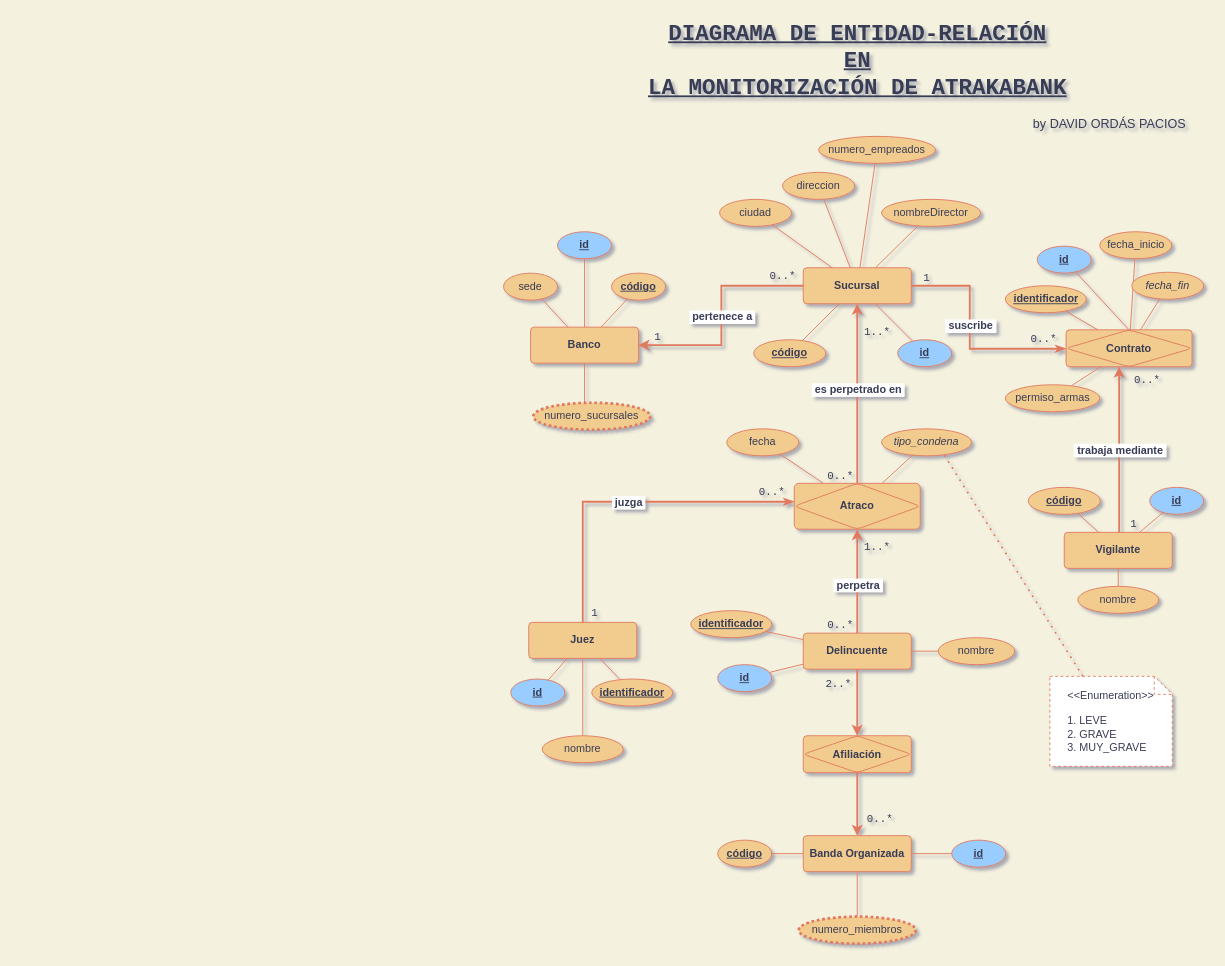
This is page "Diagrama ERD" (1 of 3) of diagrams/atrakabank.drawio from davorpa/atrakabank-jpa-hibernate-console, a draw.io file, before an edit. Source tidied: cells renumbered, new cells numbered last; positions are measured from the earlier drawing's top-left corner, leaving out a move shared by most shapes. Both pictures are drawn from the tidied source at 90%, with x=0, y=0 at pixel (503, 15).
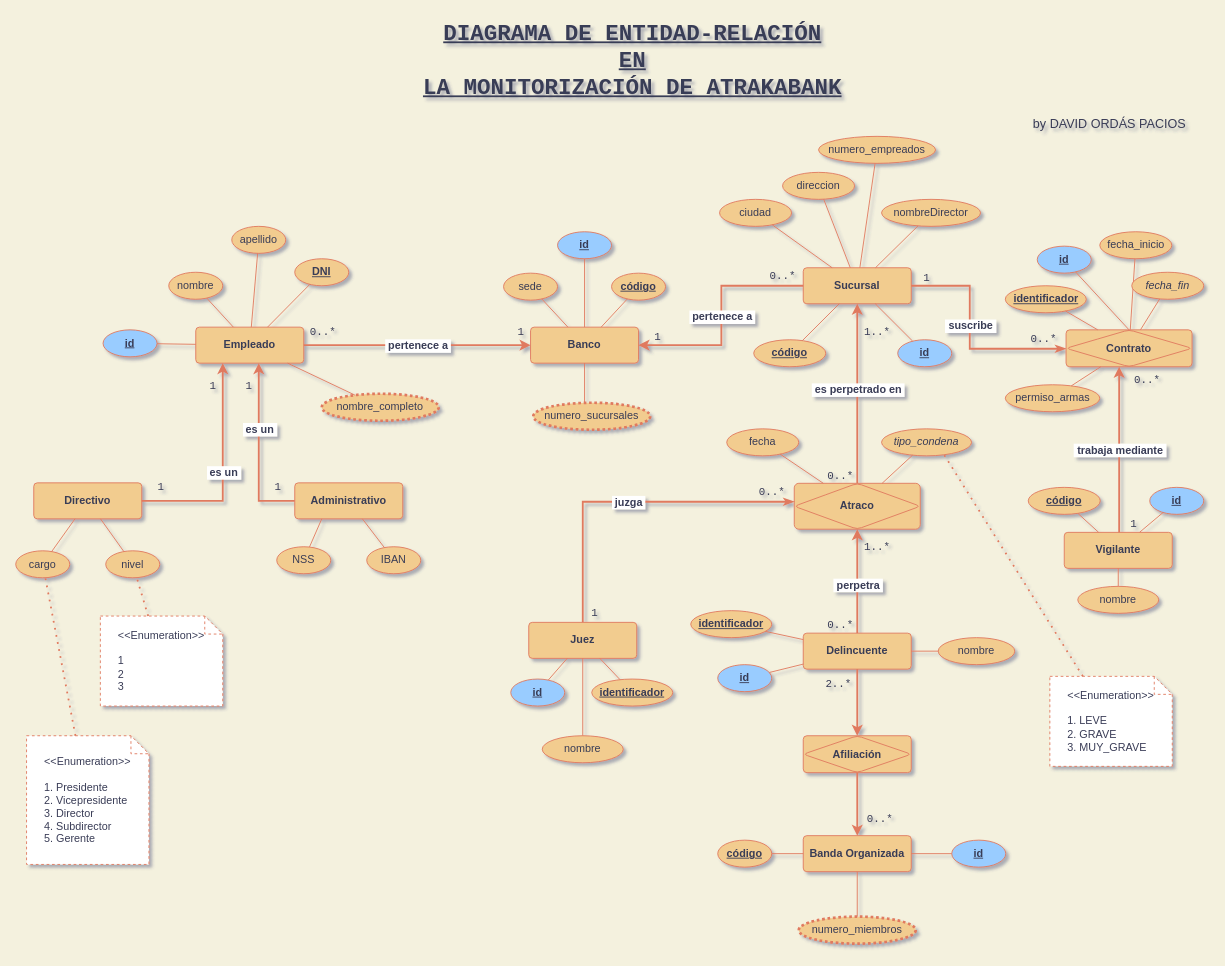
Above is the later version.

Commit message (it also covers changes not shown here):
Add diagrama ERD ejercicio 4: Herencia entidades

Unchanged cells that the change refers to:
```xml
<mxCell id="2" value="Banco" style="rounded=1;arcSize=10;whiteSpace=wrap;html=1;align=center;fontStyle=1;fillColor=#F2CC8F;strokeColor=#E07A5F;fontColor=#393C56;" parent="1" vertex="1">
  <mxGeometry x="30" y="346" width="120" height="40" as="geometry" />
</mxCell>
```

Change to the diagram source:
```diff
@@
     <mxCell id="7" value="DIAGRAMA DE ENTIDAD-RELACIÓN&lt;br style=&quot;font-size: 25px&quot;&gt;EN&lt;br style=&quot;font-size: 25px&quot;&gt;LA MONITORIZACIÓN DE ATRAKABANK" style="text;html=1;align=center;verticalAlign=middle;strokeColor=none;fillColor=none;fontStyle=5;fontSize=25;fontFamily=Courier New;fontColor=#393C56;" parent="1" vertex="1">
-      <mxGeometry x="153" width="480" height="100" as="geometry" />
+      <mxGeometry x="-97" width="480" height="100" as="geometry" />
     </mxCell>
@@
+    <mxCell id="101" value="Empleado" style="rounded=1;arcSize=10;whiteSpace=wrap;html=1;align=center;fontStyle=1;fillColor=#F2CC8F;strokeColor=#E07A5F;fontColor=#393C56;" parent="1" vertex="1">
+      <mxGeometry x="-342" y="346" width="120" height="40" as="geometry" />
+    </mxCell>
+    <mxCell id="102" value="DNI" style="ellipse;whiteSpace=wrap;html=1;align=center;fontStyle=5;labelBackgroundColor=none;fillColor=#F2CC8F;strokeColor=#E07A5F;fontColor=#393C56;" parent="1" vertex="1">
+      <mxGeometry x="-232" y="270" width="60" height="30" as="geometry" />
+    </mxCell>
+    <mxCell id="103" style="endArrow=none;html=1;rounded=0;strokeColor=#E07A5F;fontColor=#393C56;labelBackgroundColor=#F4F1DE;" parent="1" edge="1" source="102" target="101">
+      <mxGeometry relative="1" as="geometry" />
+    </mxCell>
+    <mxCell id="104" value="nombre" style="ellipse;whiteSpace=wrap;html=1;align=center;fontStyle=0;fillColor=#F2CC8F;strokeColor=#E07A5F;fontColor=#393C56;" parent="1" vertex="1">
+      <mxGeometry x="-372" y="285" width="60" height="30" as="geometry" />
+    </mxCell>
+    <mxCell id="105" style="endArrow=none;html=1;rounded=0;strokeColor=#E07A5F;fontColor=#393C56;labelBackgroundColor=#F4F1DE;" parent="1" edge="1" source="104" target="101">
+      <mxGeometry relative="1" as="geometry" />
+    </mxCell>
+    <mxCell id="106" value="nombre_completo" style="ellipse;whiteSpace=wrap;html=1;align=center;fontStyle=0;fillColor=#F2CC8F;strokeColor=#E07A5F;fontColor=#393C56;dashed=1;strokeWidth=3;dashPattern=1 1;" parent="1" vertex="1">
+      <mxGeometry x="-202" y="420" width="130" height="30" as="geometry" />
+    </mxCell>
+    <mxCell id="107" style="endArrow=none;html=1;rounded=0;strokeColor=#E07A5F;fontColor=#393C56;labelBackgroundColor=#F4F1DE;" parent="1" edge="1" source="106" target="101">
+      <mxGeometry relative="1" as="geometry" />
+    </mxCell>
+    <mxCell id="108" value="id" style="ellipse;whiteSpace=wrap;html=1;align=center;fontStyle=5;fillColor=#99CCFF;strokeColor=#E07A5F;fontColor=#393C56;" parent="1" vertex="1">
+      <mxGeometry x="-445" y="349" width="60" height="30" as="geometry" />
+    </mxCell>
+    <mxCell id="109" style="endArrow=none;html=1;rounded=0;strokeColor=#E07A5F;fontColor=#393C56;labelBackgroundColor=#F4F1DE;" parent="1" edge="1" source="108" target="101">
+      <mxGeometry relative="1" as="geometry" />
+    </mxCell>
+    <mxCell id="110" style="endArrow=classic;html=1;rounded=0;edgeStyle=elbowEdgeStyle;labelBackgroundColor=#F4F1DE;strokeColor=#E07A5F;fontColor=#393C56;strokeWidth=2;exitX=1;exitY=0.5;exitDx=0;exitDy=0;" parent="1" edge="1" source="101" target="2">
+      <mxGeometry relative="1" as="geometry" />
+    </mxCell>
+    <mxCell id="111" value="&amp;nbsp;pertenece a&amp;nbsp;" style="edgeLabel;html=1;align=center;verticalAlign=middle;dashed=1;dashPattern=1 1;strokeWidth=3;labelBackgroundColor=default;fontColor=#393C56;fontSize=12;fontStyle=1;" parent="110" vertex="1">
+      <mxGeometry relative="1" as="geometry" />
+    </mxCell>
+    <mxCell id="112" value="&amp;nbsp;0..*&amp;nbsp;" style="edgeLabel;html=1;align=center;verticalAlign=bottom;dashed=1;dashPattern=1 1;strokeWidth=3;labelBackgroundColor=none;fontColor=#393C56;fontSize=12;fontFamily=Courier New;" parent="110" vertex="1">
+      <mxGeometry x="-1" relative="1" as="geometry">
+        <mxPoint x="20" y="-6" as="offset" />
+      </mxGeometry>
+    </mxCell>
+    <mxCell id="113" value="1" style="edgeLabel;html=1;align=center;verticalAlign=bottom;dashed=1;dashPattern=1 1;strokeWidth=3;labelBackgroundColor=none;fontColor=#393C56;fontSize=12;fontFamily=Courier New;" parent="110" vertex="1">
+      <mxGeometry x="1" relative="1" as="geometry">
+        <mxPoint x="-12" y="-6" as="offset" />
+      </mxGeometry>
+    </mxCell>
+    <mxCell id="114" value="apellido" style="ellipse;whiteSpace=wrap;html=1;align=center;fontStyle=0;fillColor=#F2CC8F;strokeColor=#E07A5F;fontColor=#393C56;" parent="1" vertex="1">
+      <mxGeometry x="-302" y="234" width="60" height="30" as="geometry" />
+    </mxCell>
+    <mxCell id="115" style="endArrow=none;html=1;rounded=0;strokeColor=#E07A5F;fontColor=#393C56;labelBackgroundColor=#F4F1DE;" parent="1" edge="1" source="114" target="101">
+      <mxGeometry relative="1" as="geometry" />
+    </mxCell>
+    <mxCell id="116" value="Directivo" style="rounded=1;arcSize=10;whiteSpace=wrap;html=1;align=center;fontStyle=1;fillColor=#F2CC8F;strokeColor=#E07A5F;fontColor=#393C56;" parent="1" vertex="1">
+      <mxGeometry x="-522" y="519" width="120" height="40" as="geometry" />
+    </mxCell>
+    <mxCell id="117" style="endArrow=classic;html=1;rounded=0;edgeStyle=elbowEdgeStyle;labelBackgroundColor=#F4F1DE;strokeColor=#E07A5F;fontColor=#393C56;strokeWidth=2;exitX=1;exitY=0.5;exitDx=0;exitDy=0;" parent="1" edge="1" source="116" target="101">
+      <mxGeometry relative="1" as="geometry">
+        <Array as="points">
+          <mxPoint x="-312" y="450" />
+          <mxPoint x="-322" y="450" />
+        </Array>
+      </mxGeometry>
+    </mxCell>
+    <mxCell id="118" value="&amp;nbsp;es un&amp;nbsp;" style="edgeLabel;html=1;align=center;verticalAlign=middle;dashed=1;dashPattern=1 1;strokeWidth=3;labelBackgroundColor=default;fontColor=#393C56;fontSize=12;fontStyle=1;" parent="117" vertex="1">
+      <mxGeometry relative="1" as="geometry" />
+    </mxCell>
+    <mxCell id="119" value="&amp;nbsp;1&amp;nbsp;" style="edgeLabel;html=1;align=center;verticalAlign=bottom;dashed=1;dashPattern=1 1;strokeWidth=3;labelBackgroundColor=none;fontColor=#393C56;fontSize=12;fontFamily=Courier New;" parent="117" vertex="1">
+      <mxGeometry x="-1" relative="1" as="geometry">
+        <mxPoint x="20" y="-6" as="offset" />
+      </mxGeometry>
+    </mxCell>
+    <mxCell id="120" value="&amp;nbsp;1&amp;nbsp;" style="edgeLabel;html=1;align=center;verticalAlign=bottom;dashed=1;dashPattern=1 1;strokeWidth=3;labelBackgroundColor=none;fontColor=#393C56;fontSize=12;fontFamily=Courier New;" parent="117" vertex="1">
+      <mxGeometry x="1" relative="1" as="geometry">
+        <mxPoint x="-12" y="34" as="offset" />
+      </mxGeometry>
+    </mxCell>
+    <mxCell id="121" value="Administrativo" style="rounded=1;arcSize=10;whiteSpace=wrap;html=1;align=center;fontStyle=1;fillColor=#F2CC8F;strokeColor=#E07A5F;fontColor=#393C56;" parent="1" vertex="1">
+      <mxGeometry x="-232" y="519" width="120" height="40" as="geometry" />
+    </mxCell>
+    <mxCell id="122" style="endArrow=classic;html=1;rounded=0;edgeStyle=elbowEdgeStyle;labelBackgroundColor=#F4F1DE;strokeColor=#E07A5F;fontColor=#393C56;strokeWidth=2;" parent="1" edge="1" source="121" target="101">
+      <mxGeometry relative="1" as="geometry">
+        <Array as="points">
+          <mxPoint x="-272" y="500" />
+        </Array>
+      </mxGeometry>
+    </mxCell>
+    <mxCell id="123" value="&amp;nbsp;es un&amp;nbsp;" style="edgeLabel;html=1;align=center;verticalAlign=middle;dashed=1;dashPattern=1 1;strokeWidth=3;labelBackgroundColor=default;fontColor=#393C56;fontSize=12;fontStyle=1;" parent="122" vertex="1">
+      <mxGeometry relative="1" as="geometry">
+        <mxPoint y="-23" as="offset" />
+      </mxGeometry>
+    </mxCell>
+    <mxCell id="124" value="&amp;nbsp;1&amp;nbsp;" style="edgeLabel;html=1;align=center;verticalAlign=bottom;dashed=1;dashPattern=1 1;strokeWidth=3;labelBackgroundColor=none;fontColor=#393C56;fontSize=12;fontFamily=Courier New;" parent="122" vertex="1">
+      <mxGeometry x="-1" relative="1" as="geometry">
+        <mxPoint x="-20" y="-6" as="offset" />
+      </mxGeometry>
+    </mxCell>
+    <mxCell id="125" value="&amp;nbsp;1&amp;nbsp;" style="edgeLabel;html=1;align=center;verticalAlign=bottom;dashed=1;dashPattern=1 1;strokeWidth=3;labelBackgroundColor=none;fontColor=#393C56;fontSize=12;fontFamily=Courier New;" parent="122" vertex="1">
+      <mxGeometry x="1" relative="1" as="geometry">
+        <mxPoint x="-12" y="34" as="offset" />
+      </mxGeometry>
+    </mxCell>
+    <mxCell id="126" value="NSS" style="ellipse;whiteSpace=wrap;html=1;align=center;fontStyle=0;fillColor=#F2CC8F;strokeColor=#E07A5F;fontColor=#393C56;" parent="1" vertex="1">
+      <mxGeometry x="-252" y="590" width="60" height="30" as="geometry" />
+    </mxCell>
+    <mxCell id="127" style="endArrow=none;html=1;rounded=0;strokeColor=#E07A5F;fontColor=#393C56;labelBackgroundColor=#F4F1DE;entryX=0.25;entryY=1;entryDx=0;entryDy=0;" parent="1" edge="1" source="126" target="121">
+      <mxGeometry relative="1" as="geometry" />
+    </mxCell>
+    <mxCell id="128" value="IBAN" style="ellipse;whiteSpace=wrap;html=1;align=center;fontStyle=0;fillColor=#F2CC8F;strokeColor=#E07A5F;fontColor=#393C56;" parent="1" vertex="1">
+      <mxGeometry x="-152" y="590" width="60" height="30" as="geometry" />
+    </mxCell>
+    <mxCell id="129" style="endArrow=none;html=1;rounded=0;strokeColor=#E07A5F;fontColor=#393C56;labelBackgroundColor=#F4F1DE;" parent="1" edge="1" source="128" target="121">
+      <mxGeometry relative="1" as="geometry" />
+    </mxCell>
+    <mxCell id="130" value="cargo" style="ellipse;whiteSpace=wrap;html=1;align=center;fontStyle=0;fillColor=#F2CC8F;strokeColor=#E07A5F;fontColor=#393C56;" parent="1" vertex="1">
+      <mxGeometry x="-542" y="594.5" width="60" height="30" as="geometry" />
+    </mxCell>
+    <mxCell id="131" style="endArrow=none;html=1;rounded=0;strokeColor=#E07A5F;fontColor=#393C56;labelBackgroundColor=#F4F1DE;" parent="1" edge="1" source="130" target="116">
+      <mxGeometry relative="1" as="geometry" />
+    </mxCell>
+    <mxCell id="132" value="nivel" style="ellipse;whiteSpace=wrap;html=1;align=center;fontStyle=0;fillColor=#F2CC8F;strokeColor=#E07A5F;fontColor=#393C56;" parent="1" vertex="1">
+      <mxGeometry x="-442" y="594.5" width="60" height="30" as="geometry" />
+    </mxCell>
+    <mxCell id="133" style="endArrow=none;html=1;rounded=0;strokeColor=#E07A5F;fontColor=#393C56;labelBackgroundColor=#F4F1DE;" parent="1" edge="1" source="132" target="116">
+      <mxGeometry relative="1" as="geometry" />
+    </mxCell>
+    <mxCell id="134" value="&amp;lt;&amp;lt;Enumeration&amp;gt;&amp;gt;&lt;br&gt;&lt;br&gt;&lt;div style=&quot;text-align: left&quot;&gt;&lt;span&gt;1&amp;nbsp;&lt;/span&gt;&lt;/div&gt;&lt;div style=&quot;text-align: left&quot;&gt;&lt;span&gt;2&amp;nbsp;&lt;/span&gt;&lt;/div&gt;&lt;div style=&quot;text-align: left&quot;&gt;&lt;span&gt;3&amp;nbsp;&lt;br&gt;&lt;/span&gt;&lt;/div&gt;" style="shape=note;size=20;whiteSpace=wrap;html=1;dashed=1;labelBackgroundColor=none;fontSize=12;fillColor=#FFFFFF;strokeColor=#E07A5F;fontColor=#393C56;" parent="1" vertex="1">
+      <mxGeometry x="-448" y="667" width="136" height="100" as="geometry" />
+    </mxCell>
+    <mxCell id="135" style="endArrow=none;dashed=1;html=1;dashPattern=1 3;strokeWidth=2;rounded=0;fontSize=12;strokeColor=#E07A5F;fontColor=#393C56;labelBackgroundColor=#F4F1DE;" parent="1" edge="1" source="134" target="132">
+      <mxGeometry relative="1" as="geometry" />
+    </mxCell>
+    <mxCell id="136" value="&amp;lt;&amp;lt;Enumeration&amp;gt;&amp;gt;&lt;br&gt;&lt;br&gt;&lt;div style=&quot;text-align: left&quot;&gt;&lt;span&gt;1. Presidente&lt;/span&gt;&lt;/div&gt;&lt;div style=&quot;text-align: left&quot;&gt;&lt;span&gt;2. Vicepresidente&lt;/span&gt;&lt;/div&gt;&lt;div style=&quot;text-align: left&quot;&gt;&lt;span&gt;3. Director&lt;/span&gt;&lt;/div&gt;&lt;div style=&quot;text-align: left&quot;&gt;&lt;span&gt;4. Subdirector&lt;/span&gt;&lt;/div&gt;&lt;div style=&quot;text-align: left&quot;&gt;&lt;span&gt;5. Gerente&lt;/span&gt;&lt;/div&gt;" style="shape=note;size=20;whiteSpace=wrap;html=1;dashed=1;labelBackgroundColor=none;fontSize=12;fillColor=#FFFFFF;strokeColor=#E07A5F;fontColor=#393C56;" parent="1" vertex="1">
+      <mxGeometry x="-530" y="800" width="136" height="143" as="geometry" />
+    </mxCell>
+    <mxCell id="137" style="endArrow=none;dashed=1;html=1;dashPattern=1 3;strokeWidth=2;rounded=0;fontSize=12;strokeColor=#E07A5F;fontColor=#393C56;labelBackgroundColor=#F4F1DE;" parent="1" edge="1" source="136" target="130">
+      <mxGeometry relative="1" as="geometry" />
+    </mxCell>
```
